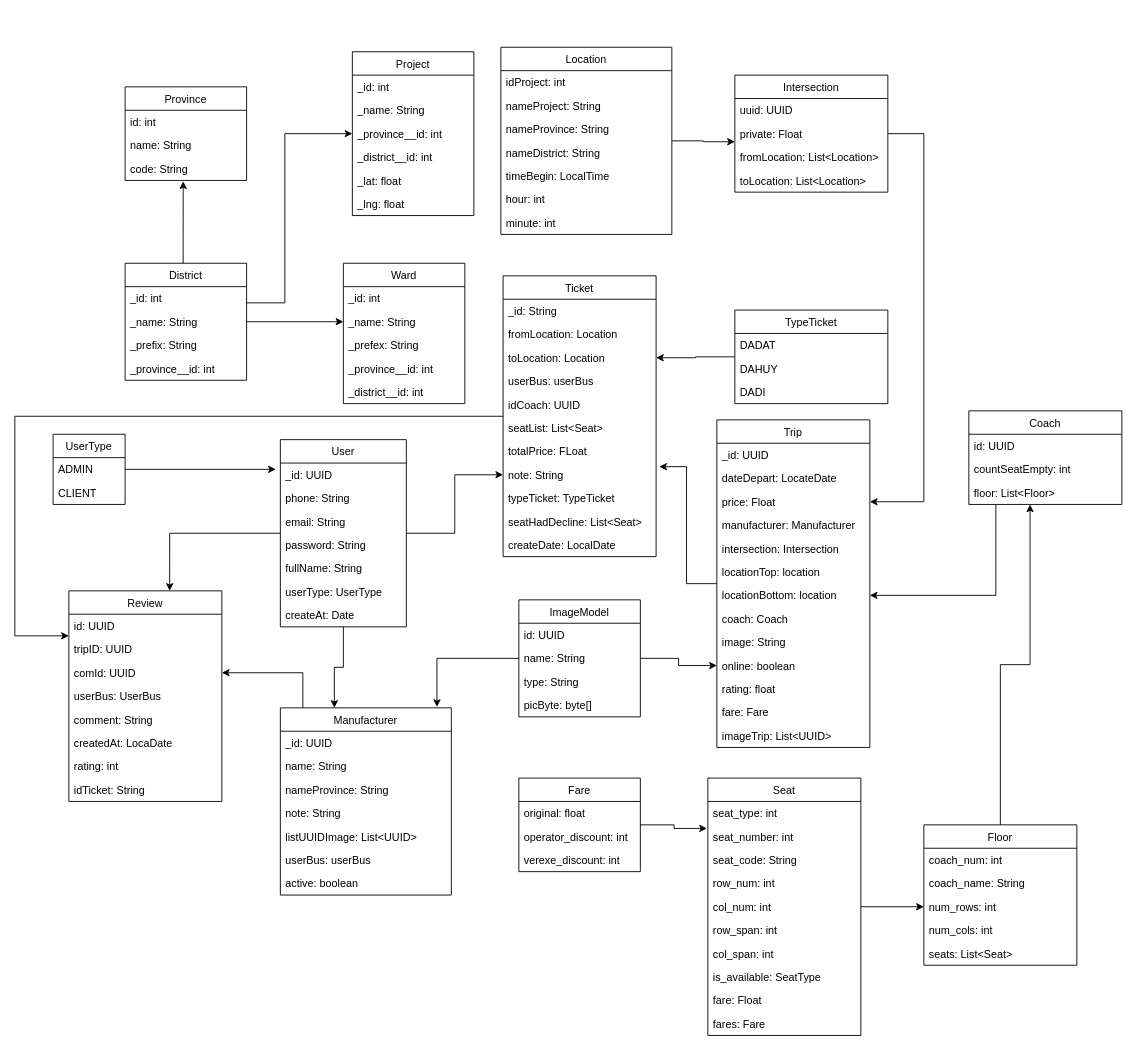
Before: Untitled Diagram.drawio in quannguyen1999/manage-disks, a draw.io diagram. Source tidied: cells renumbered, new cells numbered last; positions are measured from the earlier drawing's top-left corner, leaving out a move shared by most shapes. Both pictures are drawn from the tidied source at 90%, with x=0, y=0 at pixel (14, 47).
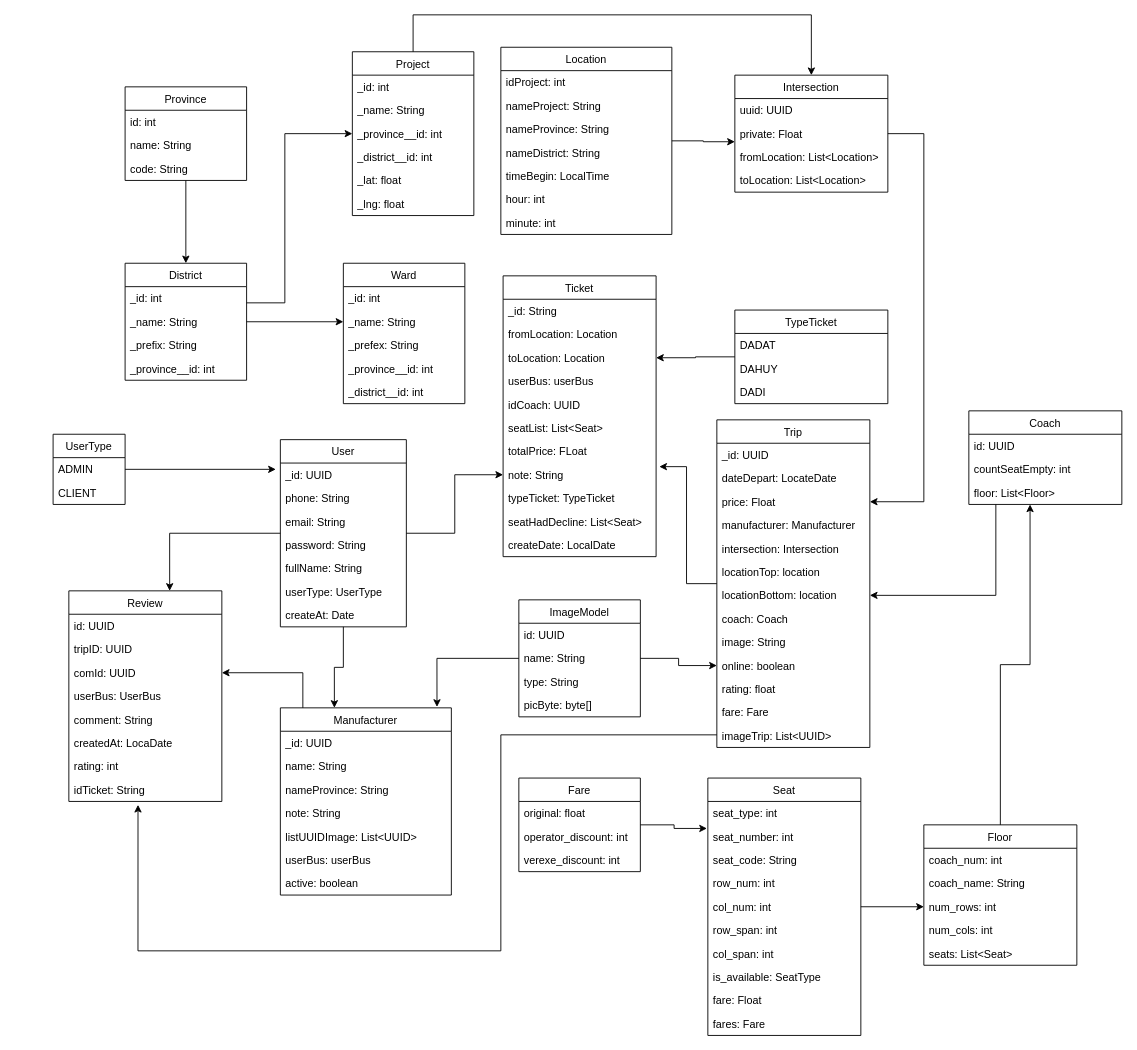
After the change.

The change refers to these unchanged cells:
```xml
<mxCell id="26" value="District" style="swimlane;fontStyle=0;horizontal=1;startSize=26;fillColor=none;" parent="1" vertex="1">
  <mxGeometry x="122.5" y="240" width="135" height="130" as="geometry" />
</mxCell>
<mxCell id="31" value="Province" style="swimlane;fontStyle=0;horizontal=1;startSize=26;fillColor=none;" parent="1" vertex="1">
  <mxGeometry x="122.5" y="44" width="135" height="104" as="geometry" />
</mxCell>
<mxCell id="34" value="code: String" style="text;strokeColor=none;fillColor=none;align=left;verticalAlign=top;spacingLeft=4;spacingRight=4;overflow=hidden;points=[[0,0.5],[1,0.5]];portConstraint=eastwest;" parent="31" vertex="1">
  <mxGeometry y="78" width="135" height="26" as="geometry" />
</mxCell>
<mxCell id="35" value="Project" style="swimlane;fontStyle=0;horizontal=1;startSize=26;fillColor=none;" parent="1" vertex="1">
  <mxGeometry x="375" y="5" width="135" height="182" as="geometry" />
</mxCell>
<mxCell id="68" value="Intersection" style="swimlane;fontStyle=0;horizontal=1;startSize=26;fillColor=none;" parent="1" vertex="1">
  <mxGeometry x="800" y="31" width="170" height="130" as="geometry" />
</mxCell>
<mxCell id="93" value="Trip" style="swimlane;fontStyle=0;horizontal=1;startSize=26;fillColor=none;" parent="1" vertex="1">
  <mxGeometry x="780" y="414" width="170" height="364" as="geometry" />
</mxCell>
<mxCell id="118" value="Ticket" style="swimlane;fontStyle=0;horizontal=1;startSize=26;fillColor=none;" parent="1" vertex="1">
  <mxGeometry x="542.5" y="254" width="170" height="312" as="geometry" />
</mxCell>
<mxCell id="131" value="id: UUID" style="text;strokeColor=none;fillColor=none;align=left;verticalAlign=top;spacingLeft=4;spacingRight=4;overflow=hidden;points=[[0,0.5],[1,0.5]];portConstraint=eastwest;" parent="130" vertex="1">
  <mxGeometry y="26" width="170" height="26" as="geometry" />
</mxCell>
<mxCell id="138" value="idTicket: String" style="text;strokeColor=none;fillColor=none;align=left;verticalAlign=top;spacingLeft=4;spacingRight=4;overflow=hidden;points=[[0,0.5],[1,0.5]];portConstraint=eastwest;" parent="130" vertex="1">
  <mxGeometry y="208" width="170" height="26" as="geometry" />
</mxCell>
```

What changed in the source:
```diff
@@
-    <mxCell id="23" style="edgeStyle=orthogonalEdgeStyle;rounded=0;jettySize=auto;html=1;entryX=0.478;entryY=1.038;entryDx=0;entryDy=0;entryPerimeter=0;" parent="1" edge="1" source="26" target="34">
-      <mxGeometry relative="1" as="geometry">
-        <Array as="points">
-          <mxPoint x="187" y="214" />
-          <mxPoint x="187" y="214" />
-        </Array>
-      </mxGeometry>
-    </mxCell>
@@
+    <mxCell id="144" style="edgeStyle=orthogonalEdgeStyle;rounded=0;jettySize=auto;html=1;entryX=0.5;entryY=0;entryDx=0;entryDy=0;" parent="1" edge="1" source="31" target="26">
+      <mxGeometry relative="1" as="geometry" />
+    </mxCell>
@@
+    <mxCell id="145" style="edgeStyle=orthogonalEdgeStyle;rounded=0;jettySize=auto;html=1;entryX=0.5;entryY=0;entryDx=0;entryDy=0;" parent="1" edge="1" source="35" target="68">
+      <mxGeometry relative="1" as="geometry">
+        <Array as="points">
+          <mxPoint x="443" y="-36" />
+          <mxPoint x="885" y="-36" />
+        </Array>
+      </mxGeometry>
+    </mxCell>
@@
+    <mxCell id="146" style="edgeStyle=orthogonalEdgeStyle;rounded=0;jettySize=auto;html=1;entryX=0.452;entryY=1.145;entryDx=0;entryDy=0;entryPerimeter=0;" parent="1" edge="1" source="93" target="138">
+      <mxGeometry relative="1" as="geometry">
+        <Array as="points">
+          <mxPoint x="540" y="764" />
+          <mxPoint x="540" y="1004" />
+          <mxPoint x="137" y="1004" />
+        </Array>
+      </mxGeometry>
+    </mxCell>
@@
-    <mxCell id="117" style="edgeStyle=orthogonalEdgeStyle;rounded=0;jettySize=auto;html=1;entryX=0;entryY=0.923;entryDx=0;entryDy=0;entryPerimeter=0;" parent="1" edge="1" source="118" target="131">
-      <mxGeometry relative="1" as="geometry">
-        <Array as="points">
-          <mxPoint y="410" />
-          <mxPoint y="654" />
-        </Array>
-      </mxGeometry>
-    </mxCell>
```
